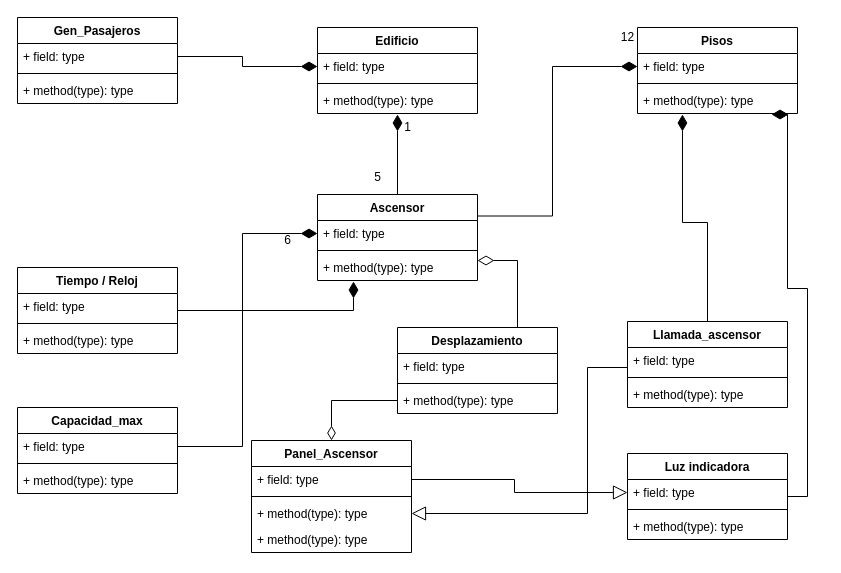
The draw.io diagram Untitled Diagram.drawio in Maguilera85/Diagrama_UML, before the edit. Source tidied: cells renumbered, new cells numbered last; positions are measured from the earlier drawing's top-left corner, leaving out a move shared by most shapes. Both pictures are drawn from the tidied source at 100%, with x=0, y=0 at pixel (17, 17).
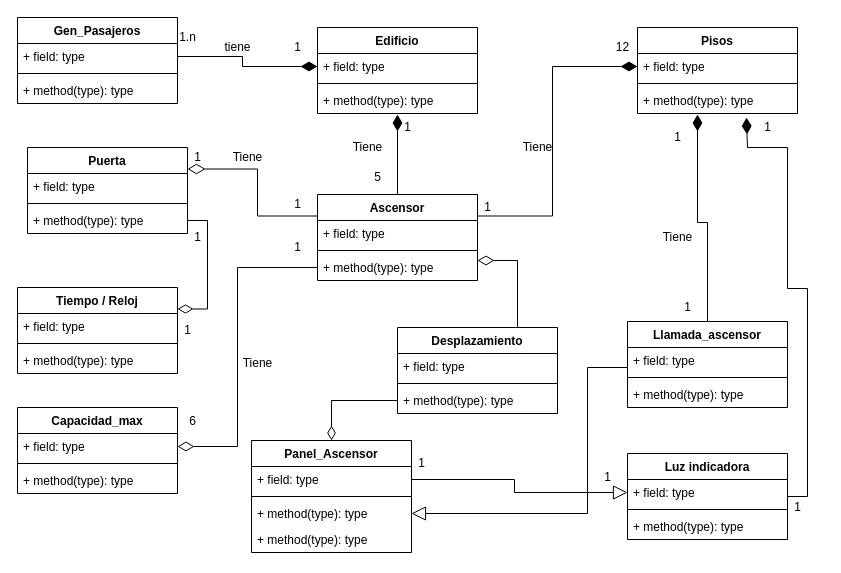
Above is the later version.

The change refers to these unchanged cells:
```xml
<mxCell id="4" value="Ascensor" style="swimlane;fontStyle=1;align=center;verticalAlign=top;horizontal=1;startSize=26;" parent="1" vertex="1">
  <mxGeometry x="300" y="177" width="160" height="86" as="geometry" />
</mxCell>
<mxCell id="5" value="+ field: type" style="text;strokeColor=none;fillColor=none;align=left;verticalAlign=top;spacingLeft=4;spacingRight=4;overflow=hidden;points=[[0,0.5],[1,0.5]];portConstraint=eastwest;" parent="4" vertex="1">
  <mxGeometry y="26" width="160" height="26" as="geometry" />
</mxCell>
<mxCell id="7" value="+ method(type): type" style="text;strokeColor=none;fillColor=none;align=left;verticalAlign=top;spacingLeft=4;spacingRight=4;overflow=hidden;points=[[0,0.5],[1,0.5]];portConstraint=eastwest;" parent="4" vertex="1">
  <mxGeometry y="60" width="160" height="26" as="geometry" />
</mxCell>
<mxCell id="9" value="+ field: type" style="text;strokeColor=none;fillColor=none;align=left;verticalAlign=top;spacingLeft=4;spacingRight=4;overflow=hidden;points=[[0,0.5],[1,0.5]];portConstraint=eastwest;" parent="8" vertex="1">
  <mxGeometry y="26" width="160" height="26" as="geometry" />
</mxCell>
<mxCell id="22" value="Llamada_ascensor" style="swimlane;fontStyle=1;align=center;verticalAlign=top;horizontal=1;startSize=26;" parent="1" vertex="1">
  <mxGeometry x="610" y="304" width="160" height="86" as="geometry" />
</mxCell>
<mxCell id="29" value="+ method(type): type" style="text;strokeColor=none;fillColor=none;align=left;verticalAlign=top;spacingLeft=4;spacingRight=4;overflow=hidden;points=[[0,0.5],[1,0.5]];portConstraint=eastwest;" parent="26" vertex="1">
  <mxGeometry y="60" width="160" height="26" as="geometry" />
</mxCell>
<mxCell id="31" value="Luz indicadora" style="swimlane;fontStyle=1;align=center;verticalAlign=top;horizontal=1;startSize=26;" parent="1" vertex="1">
  <mxGeometry x="610" y="436" width="160" height="86" as="geometry" />
</mxCell>
<mxCell id="36" value="+ field: type" style="text;strokeColor=none;fillColor=none;align=left;verticalAlign=top;spacingLeft=4;spacingRight=4;overflow=hidden;points=[[0,0.5],[1,0.5]];portConstraint=eastwest;" parent="35" vertex="1">
  <mxGeometry y="26" width="160" height="26" as="geometry" />
</mxCell>
```

Diff of the diagram source:
```diff
@@
-    <mxCell id="21" style="edgeStyle=orthogonalEdgeStyle;rounded=0;jettySize=auto;html=1;exitX=0.5;exitY=0;exitDx=0;exitDy=0;entryX=0.281;entryY=1.038;entryDx=0;entryDy=0;entryPerimeter=0;startArrow=none;startFill=0;startSize=12;sourcePerimeterSpacing=6;endArrow=diamondThin;endFill=1;endSize=14;targetPerimeterSpacing=13;strokeWidth=1;" parent="1" edge="1" source="22" target="29">
+    <mxCell id="21" style="edgeStyle=orthogonalEdgeStyle;rounded=0;jettySize=auto;html=1;exitX=0.5;exitY=0;exitDx=0;exitDy=0;entryX=0.375;entryY=1.038;entryDx=0;entryDy=0;entryPerimeter=0;startArrow=none;startFill=0;startSize=12;sourcePerimeterSpacing=6;endArrow=diamondThin;endFill=1;endSize=14;targetPerimeterSpacing=13;strokeWidth=1;" parent="1" edge="1" source="22" target="29">
       <mxGeometry relative="1" as="geometry" />
     </mxCell>
@@
-    <mxCell id="30" style="edgeStyle=orthogonalEdgeStyle;rounded=0;jettySize=auto;html=1;exitX=1;exitY=0.5;exitDx=0;exitDy=0;entryX=0.838;entryY=1.038;entryDx=0;entryDy=0;entryPerimeter=0;startArrow=none;startFill=0;startSize=12;sourcePerimeterSpacing=6;endArrow=diamondThin;endFill=1;endSize=14;targetPerimeterSpacing=13;strokeWidth=1;" parent="1" edge="1" source="31" target="29">
+    <mxCell id="30" style="edgeStyle=orthogonalEdgeStyle;rounded=0;jettySize=auto;html=1;exitX=1;exitY=0.5;exitDx=0;exitDy=0;startArrow=none;startFill=0;startSize=12;sourcePerimeterSpacing=6;endArrow=diamondThin;endFill=1;endSize=14;targetPerimeterSpacing=13;strokeWidth=1;entryX=0.681;entryY=1.154;entryDx=0;entryDy=0;entryPerimeter=0;" parent="1" edge="1" source="31" target="29">
       <mxGeometry relative="1" as="geometry">
         <Array as="points">
           <mxPoint x="790" y="479" />
           <mxPoint x="790" y="271" />
           <mxPoint x="770" y="271" />
-          <mxPoint x="770" y="97" />
+          <mxPoint x="770" y="130" />
+          <mxPoint x="730" y="130" />
         </Array>
       </mxGeometry>
     </mxCell>
@@
+    <mxCell id="58" style="edgeStyle=orthogonalEdgeStyle;rounded=0;jettySize=auto;html=1;exitX=1;exitY=0.25;exitDx=0;exitDy=0;entryX=1;entryY=0.5;entryDx=0;entryDy=0;endArrow=none;endFill=0;startArrow=diamondThin;startFill=0;jumpSize=9;startSize=13;" parent="1" edge="1" source="35" target="71">
+      <mxGeometry relative="1" as="geometry" />
+    </mxCell>
     <mxCell id="35" value="Tiempo / Reloj" style="swimlane;fontStyle=1;align=center;verticalAlign=top;horizontal=1;startSize=26;" parent="1" vertex="1">
-      <mxGeometry y="250" width="160" height="86" as="geometry" />
+      <mxGeometry y="270" width="160" height="86" as="geometry" />
     </mxCell>
@@
     <mxCell id="51" value="12" style="text;html=1;align=center;verticalAlign=middle;" parent="1" vertex="1">
-      <mxGeometry x="595" y="10" width="30" height="20" as="geometry" />
+      <mxGeometry x="590" y="20" width="30" height="20" as="geometry" />
     </mxCell>
     <mxCell id="52" value="&lt;div&gt;6&lt;/div&gt;&lt;div&gt;&lt;br&gt;&lt;/div&gt;" style="text;html=1;align=center;verticalAlign=middle;" parent="1" vertex="1">
-      <mxGeometry x="260" y="215" width="20" height="30" as="geometry" />
+      <mxGeometry x="165" y="396" width="20" height="30" as="geometry" />
     </mxCell>
-    <mxCell id="53" style="edgeStyle=orthogonalEdgeStyle;rounded=0;jettySize=auto;html=1;exitX=1;exitY=0.5;exitDx=0;exitDy=0;entryX=0.225;entryY=1.038;entryDx=0;entryDy=0;entryPerimeter=0;startArrow=none;startFill=0;startSize=12;sourcePerimeterSpacing=6;endArrow=diamondThin;endFill=1;endSize=14;targetPerimeterSpacing=13;strokeWidth=1;" parent="1" edge="1" source="36" target="7">
-      <mxGeometry relative="1" as="geometry">
-        <Array as="points">
-          <mxPoint x="160" y="293" />
-          <mxPoint x="336" y="293" />
-        </Array>
-      </mxGeometry>
-    </mxCell>
-    <mxCell id="54" style="edgeStyle=orthogonalEdgeStyle;rounded=0;jettySize=auto;html=1;exitX=1;exitY=0.5;exitDx=0;exitDy=0;entryX=0;entryY=0.5;entryDx=0;entryDy=0;startArrow=none;startFill=0;startSize=12;sourcePerimeterSpacing=6;endArrow=diamondThin;endFill=1;endSize=14;targetPerimeterSpacing=13;strokeWidth=1;" parent="1" edge="1" source="9" target="5">
-      <mxGeometry relative="1" as="geometry" />
-    </mxCell>
@@
+    <mxCell id="59" value="1.n" style="text;html=1;align=center;verticalAlign=middle;" parent="1" vertex="1">
+      <mxGeometry x="155" y="10" width="30" height="20" as="geometry" />
+    </mxCell>
+    <mxCell id="60" value="1" style="text;html=1;align=center;verticalAlign=middle;" parent="1" vertex="1">
+      <mxGeometry x="460" y="180" width="20" height="20" as="geometry" />
+    </mxCell>
+    <mxCell id="61" value="Tiene" style="text;html=1;align=center;verticalAlign=middle;" parent="1" vertex="1">
+      <mxGeometry x="500" y="120" width="40" height="20" as="geometry" />
+    </mxCell>
+    <mxCell id="62" value="1" style="text;html=1;align=center;verticalAlign=middle;" parent="1" vertex="1">
+      <mxGeometry x="270" y="20" width="20" height="20" as="geometry" />
+    </mxCell>
+    <mxCell id="63" value="tiene" style="text;html=1;align=center;verticalAlign=middle;" parent="1" vertex="1">
+      <mxGeometry x="200" y="20" width="40" height="20" as="geometry" />
+    </mxCell>
+    <mxCell id="64" value="Tiene" style="text;html=1;align=center;verticalAlign=middle;" parent="1" vertex="1">
+      <mxGeometry x="330" y="120" width="40" height="20" as="geometry" />
+    </mxCell>
+    <mxCell id="65" value="1" style="text;html=1;align=center;verticalAlign=middle;" parent="1" vertex="1">
+      <mxGeometry x="160" y="303" width="20" height="20" as="geometry" />
+    </mxCell>
+    <mxCell id="66" value="1" style="text;html=1;align=center;verticalAlign=middle;" parent="1" vertex="1">
+      <mxGeometry x="270" y="220" width="20" height="20" as="geometry" />
+    </mxCell>
+    <mxCell id="67" style="edgeStyle=orthogonalEdgeStyle;rounded=0;jettySize=auto;html=1;exitX=1;exitY=0.25;exitDx=0;exitDy=0;entryX=0;entryY=0.25;entryDx=0;entryDy=0;endArrow=none;endFill=0;startArrow=diamondThin;startFill=0;endSize=9;startSize=15;" parent="1" edge="1" source="68" target="4">
+      <mxGeometry relative="1" as="geometry" />
+    </mxCell>
+    <mxCell id="68" value="Puerta" style="swimlane;fontStyle=1;align=center;verticalAlign=top;horizontal=1;startSize=26;" parent="1" vertex="1">
+      <mxGeometry x="10" y="130" width="160" height="86" as="geometry" />
+    </mxCell>
+    <mxCell id="69" value="+ field: type" style="text;strokeColor=none;fillColor=none;align=left;verticalAlign=top;spacingLeft=4;spacingRight=4;overflow=hidden;" parent="68" vertex="1">
+      <mxGeometry y="26" width="160" height="26" as="geometry" />
+    </mxCell>
+    <mxCell id="70" style="line;strokeWidth=1;fillColor=none;align=left;verticalAlign=middle;spacingTop=-1;spacingLeft=3;spacingRight=3;labelPosition=right;" parent="68" vertex="1">
+      <mxGeometry y="52" width="160" height="8" as="geometry" />
+    </mxCell>
+    <mxCell id="71" value="+ method(type): type" style="text;strokeColor=none;fillColor=none;align=left;verticalAlign=top;spacingLeft=4;spacingRight=4;overflow=hidden;points=[[0,0.5],[1,0.5]];portConstraint=eastwest;" parent="68" vertex="1">
+      <mxGeometry y="60" width="160" height="26" as="geometry" />
+    </mxCell>
+    <mxCell id="72" value="1" style="text;html=1;align=center;verticalAlign=middle;" parent="1" vertex="1">
+      <mxGeometry x="170" y="210" width="20" height="20" as="geometry" />
+    </mxCell>
+    <mxCell id="73" value="1" style="text;html=1;align=center;verticalAlign=middle;" parent="1" vertex="1">
+      <mxGeometry x="170" y="130" width="20" height="20" as="geometry" />
+    </mxCell>
+    <mxCell id="74" value="1" style="text;html=1;align=center;verticalAlign=middle;" parent="1" vertex="1">
+      <mxGeometry x="270" y="177" width="20" height="20" as="geometry" />
+    </mxCell>
+    <mxCell id="75" style="edgeStyle=orthogonalEdgeStyle;rounded=0;jettySize=auto;html=1;exitX=1;exitY=0.5;exitDx=0;exitDy=0;entryX=0;entryY=0.5;entryDx=0;entryDy=0;endArrow=none;endFill=0;startArrow=diamondThin;startFill=0;startSize=14;" parent="1" edge="1" source="9" target="7">
+      <mxGeometry relative="1" as="geometry">
+        <Array as="points">
+          <mxPoint x="220" y="429" />
+          <mxPoint x="220" y="250" />
+        </Array>
+      </mxGeometry>
+    </mxCell>
+    <mxCell id="76" value="Tiene" style="text;html=1;align=center;verticalAlign=middle;" parent="1" vertex="1">
+      <mxGeometry x="210" y="130" width="40" height="20" as="geometry" />
+    </mxCell>
+    <mxCell id="77" value="Tiene" style="text;html=1;align=center;verticalAlign=middle;" parent="1" vertex="1">
+      <mxGeometry x="220" y="336" width="40" height="20" as="geometry" />
+    </mxCell>
+    <mxCell id="78" value="1" style="text;html=1;align=center;verticalAlign=middle;" parent="1" vertex="1">
+      <mxGeometry x="660" y="280" width="20" height="20" as="geometry" />
+    </mxCell>
+    <mxCell id="79" value="1" style="text;html=1;align=center;verticalAlign=middle;" parent="1" vertex="1">
+      <mxGeometry x="650" y="110" width="20" height="20" as="geometry" />
+    </mxCell>
+    <mxCell id="80" value="Tiene" style="text;html=1;align=center;verticalAlign=middle;" parent="1" vertex="1">
+      <mxGeometry x="640" y="210" width="40" height="20" as="geometry" />
+    </mxCell>
+    <mxCell id="81" value="1" style="text;html=1;align=center;verticalAlign=middle;" parent="1" vertex="1">
+      <mxGeometry x="770" y="480" width="20" height="20" as="geometry" />
+    </mxCell>
+    <mxCell id="82" value="1" style="text;html=1;align=center;verticalAlign=middle;" parent="1" vertex="1">
+      <mxGeometry x="740" y="100" width="20" height="20" as="geometry" />
+    </mxCell>
+    <mxCell id="83" value="1" style="text;html=1;align=center;verticalAlign=middle;" parent="1" vertex="1">
+      <mxGeometry x="394" y="436" width="20" height="20" as="geometry" />
+    </mxCell>
+    <mxCell id="84" value="1" style="text;html=1;align=center;verticalAlign=middle;" parent="1" vertex="1">
+      <mxGeometry x="580" y="450" width="20" height="20" as="geometry" />
+    </mxCell>
```
